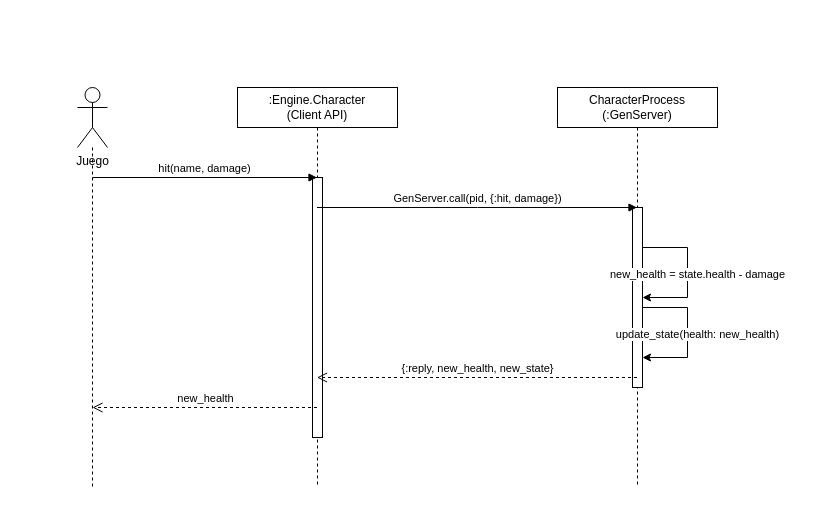
Before: document/tex_files/mainmatter/chapter_5/images/design_engine/secuence_diagrams/hit.drawio in ThAlsay/Hephaestus, a draw.io diagram. Source tidied: cells renumbered, new cells numbered last; positions are measured from the earlier drawing's top-left corner, leaving out a move shared by most shapes. Both pictures are drawn from the tidied source at 100%, with x=0, y=0 at pixel (77, 87).
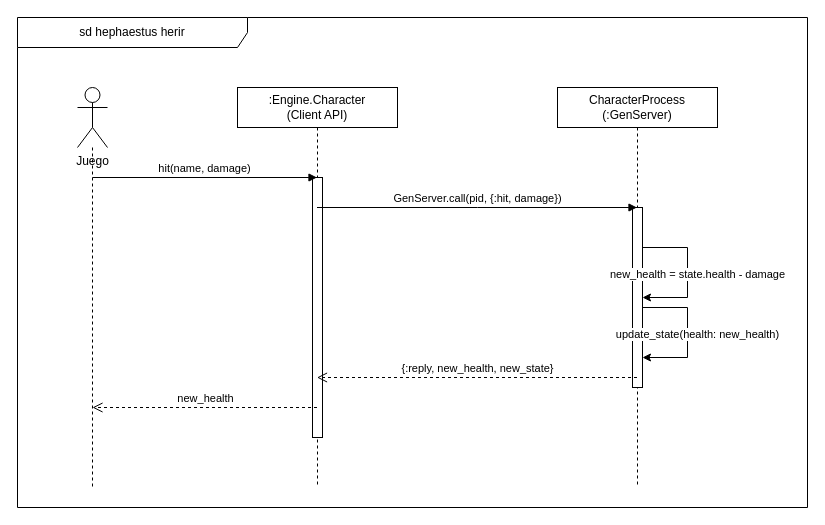
After the change.

The edit, as a diff of the source:
```diff
@@
+    <mxCell id="14" value="sd hephaestus herir" style="shape=umlFrame;whiteSpace=wrap;html=1;width=230;height=30;" parent="1" vertex="1">
+      <mxGeometry x="-60" y="-70" width="790" height="490" as="geometry" />
+    </mxCell>
```
